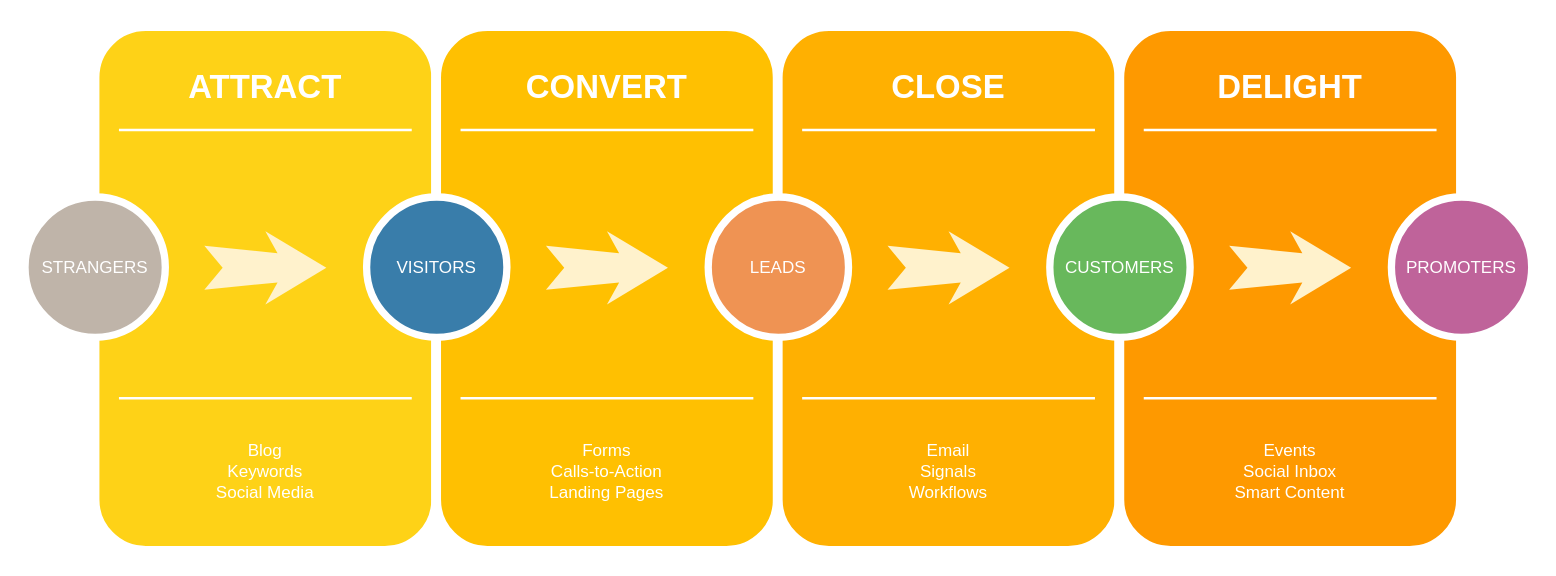
Earlier version of the draw.io diagram Диаграмма без названия.drawio (Eugene-Ternov/AppliedScience). Source tidied: cells renumbered, new cells numbered last; positions are measured from the earlier drawing's top-left corner, leaving out a move shared by most shapes. Both pictures are drawn from the tidied source at 122%, with x=0, y=0 at pixel (24, 26).
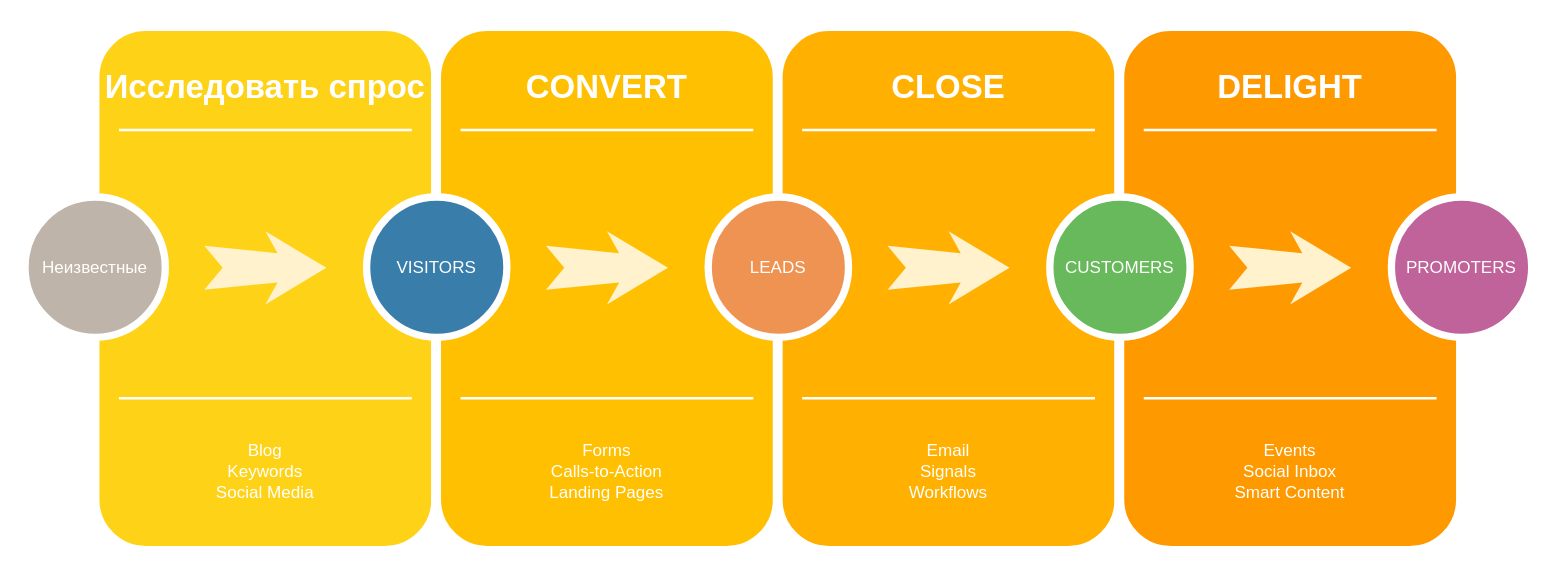
Above is the later version.

Commit message:
Подготовка к проведению маркетинговой кампании.drawio

The edit, as a diff of the source:
```diff
@@
-    <mxCell id="3" value="ATTRACT" style="text;html=1;strokeColor=none;fillColor=none;align=center;verticalAlign=middle;whiteSpace=wrap;rounded=0;shadow=0;fontSize=27;fontColor=#FFFFFF;fontStyle=1;" parent="1" vertex="1">
+    <mxCell id="3" value="Исследовать спрос" style="text;html=1;strokeColor=none;fillColor=none;align=center;verticalAlign=middle;whiteSpace=wrap;rounded=0;shadow=0;fontSize=27;fontColor=#FFFFFF;fontStyle=1;" parent="1" vertex="1">
       <mxGeometry x="57" y="20" width="280" height="60" as="geometry" />
     </mxCell>
@@
-    <mxCell id="7" value="STRANGERS" style="ellipse;whiteSpace=wrap;html=1;rounded=0;shadow=0;strokeWidth=6;fontSize=14;align=center;fillColor=#BFB4A9;strokeColor=#FFFFFF;fontColor=#FFFFFF;" parent="1" vertex="1">
+    <mxCell id="7" value="Неизвестные" style="ellipse;whiteSpace=wrap;html=1;rounded=0;shadow=0;strokeWidth=6;fontSize=14;align=center;fillColor=#BFB4A9;strokeColor=#FFFFFF;fontColor=#FFFFFF;" parent="1" vertex="1">
       <mxGeometry y="140" width="115" height="115" as="geometry" />
     </mxCell>
```
